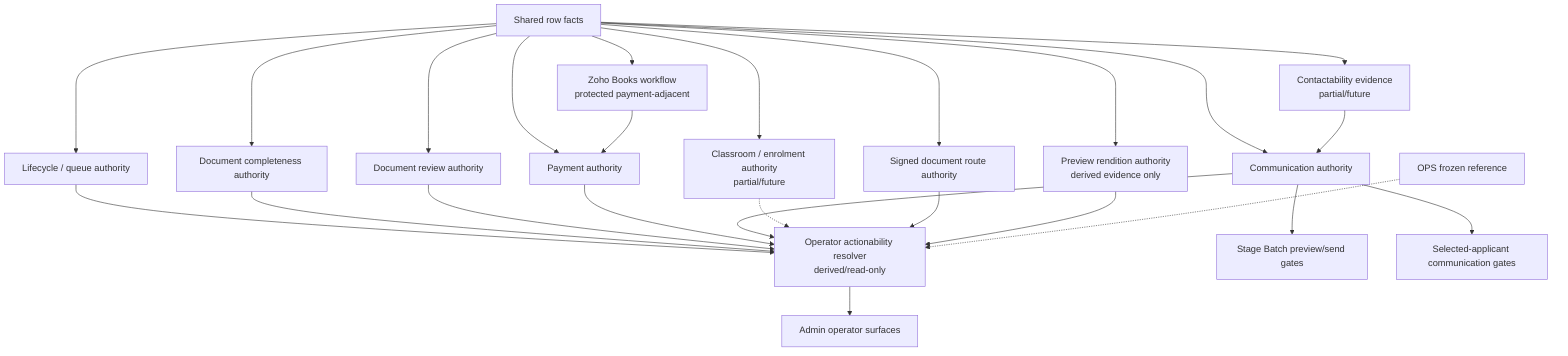
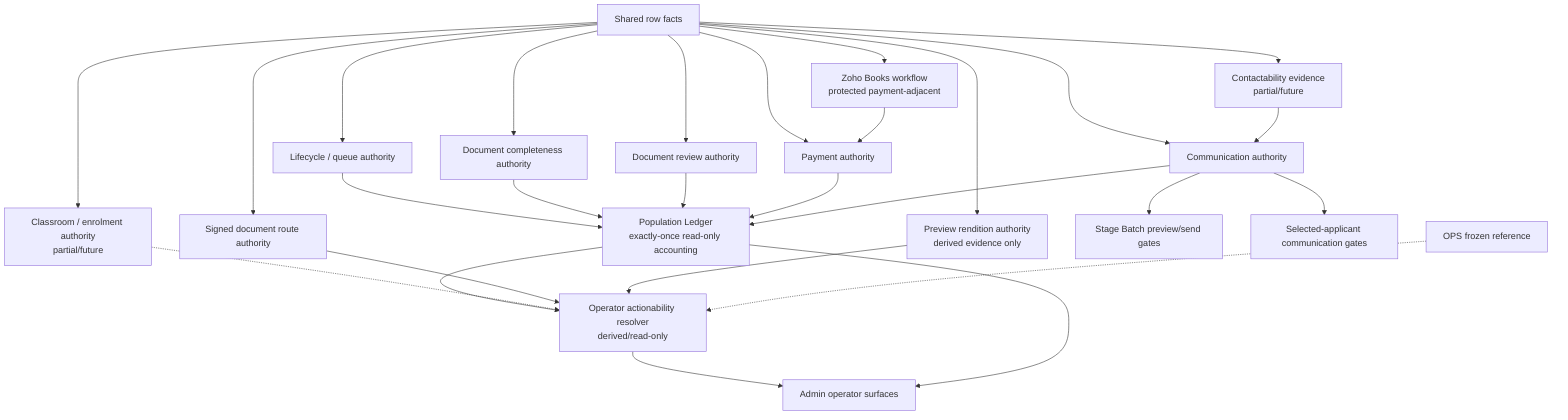
flowchart TD
  A["Shared row facts"] --> B["Lifecycle / queue authority"]
  A --> C["Document completeness authority"]
  A --> D["Document review authority"]
  A --> E["Payment authority"]
  A --> F["Communication authority"]
  A --> G["Classroom / enrolment authority<br/>partial/future"]
  A --> I["Signed document route authority"]
  A --> J["Preview rendition authority<br/>derived evidence only"]
  A --> K["Zoho Books workflow<br/>protected payment-adjacent"]
  A --> L["Contactability evidence<br/>partial/future"]

-   B --> H["Operator actionability resolver<br/>derived/read-only"]
-   C --> H
-   D --> H
-   E --> H
-   F --> H
+   B --> Q["Population Ledger<br/>exactly-once read-only accounting"]
+   C --> Q
+   D --> Q
+   E --> Q
+   F --> Q
+   Q --> H["Operator actionability resolver<br/>derived/read-only"]
  G -.-> H
  I --> H
  J --> H
  K --> E
  L --> F

  H --> M["Admin operator surfaces"]
+   Q --> M
  F --> N["Stage Batch preview/send gates"]
  F --> O["Selected-applicant communication gates"]
  P["OPS frozen reference"] -.-> H
